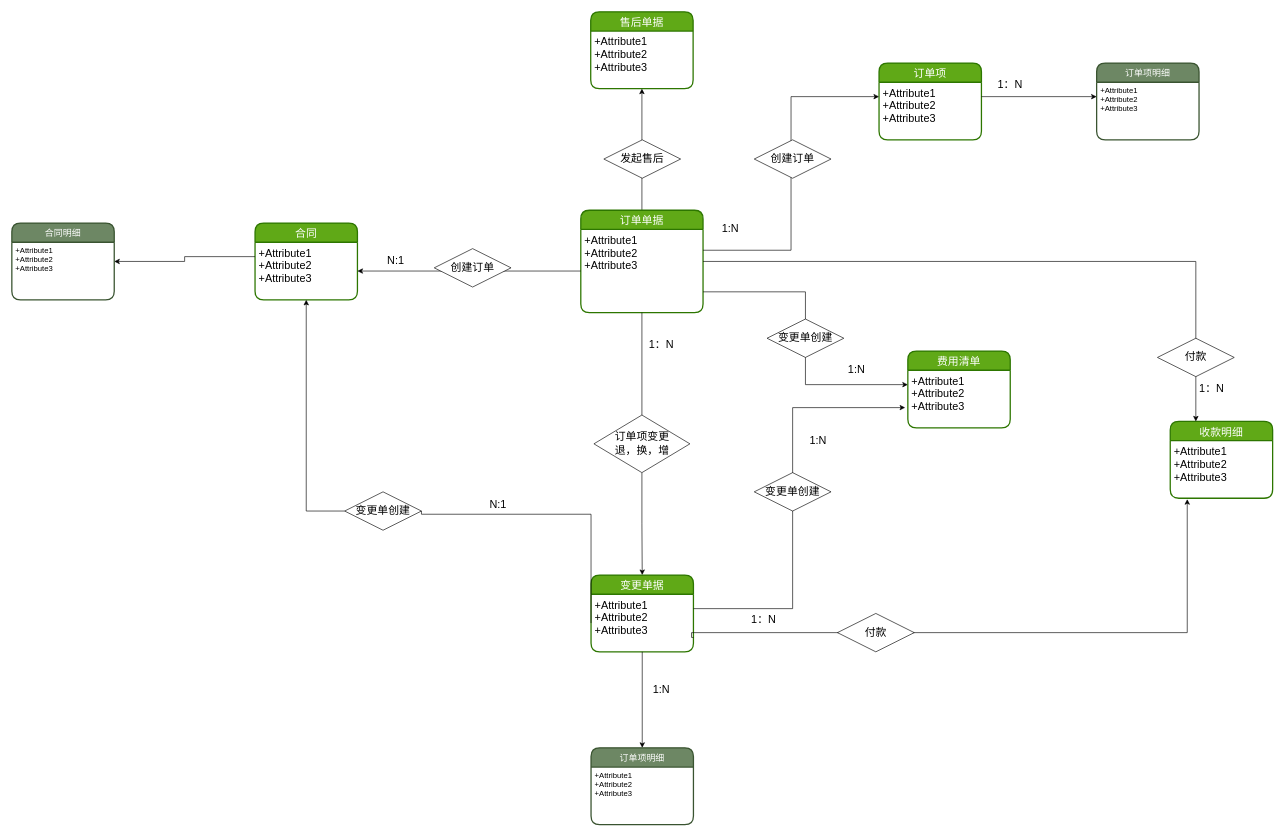
The draw.io diagram 平台2.0/艾佳2.0订单领域实体设计.drawio in Msimplehub/abbysun, before the edit. Source tidied: cells renumbered, new cells numbered last; positions are measured from the earlier drawing's top-left corner, leaving out a move shared by most shapes. Both pictures are drawn from the tidied source at 64%, with x=0, y=0 at pixel (12, 12).
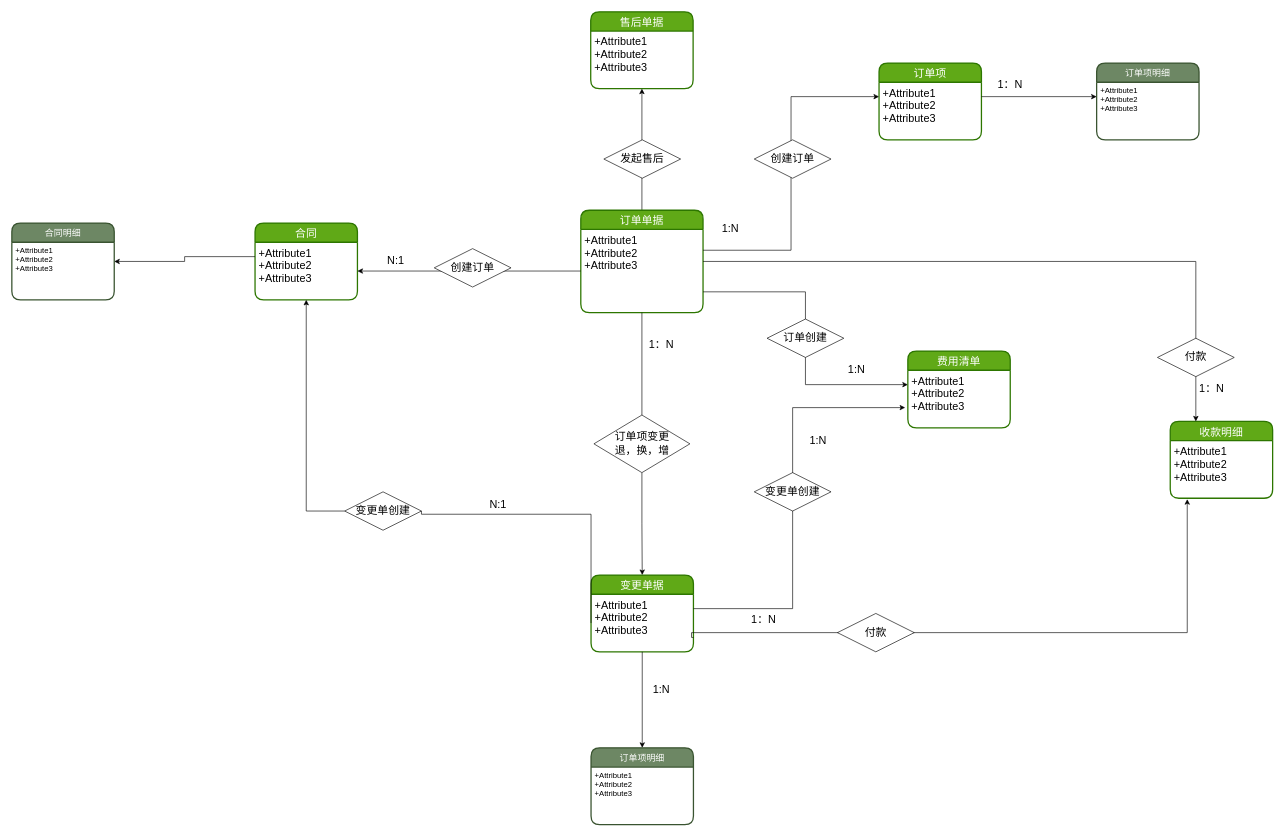
The same diagram, later.

Commit message (it also covers changes not shown here):
更新艾佳2.0订单领域实体设计.drawio

The edit, as a diff of the source:
```diff
@@
-    <mxCell id="52" value="变更单创建" style="shape=rhombus;perimeter=rhombusPerimeter;whiteSpace=wrap;html=1;align=center;fontSize=17;" parent="1" vertex="1">
+    <mxCell id="52" value="订单创建" style="shape=rhombus;perimeter=rhombusPerimeter;whiteSpace=wrap;html=1;align=center;fontSize=17;" parent="1" vertex="1">
       <mxGeometry x="1180" y="480" width="120" height="60" as="geometry" />
     </mxCell>
```
